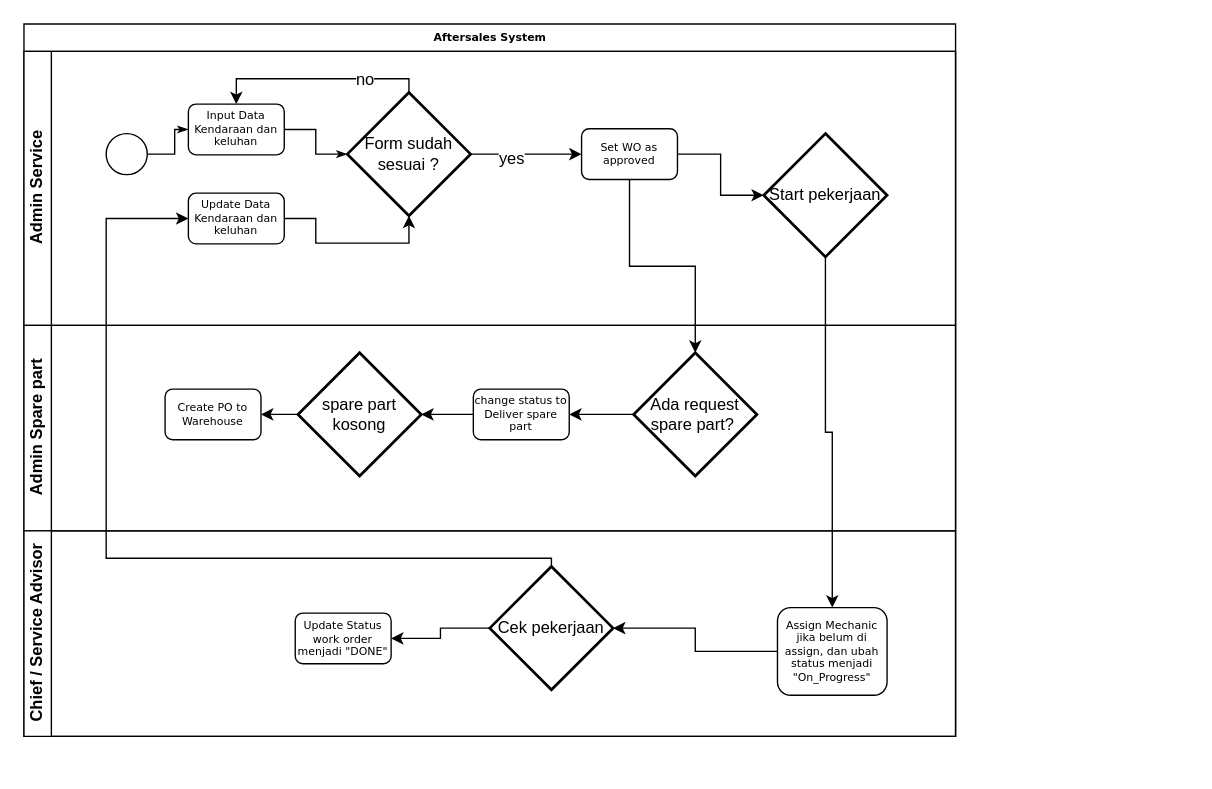
The draw.io diagram Untitled Diagram.drawio in diditaditya/fut-bar, before the edit. Source tidied: cells renumbered, new cells numbered last; positions are measured from the earlier drawing's top-left corner, leaving out a move shared by most shapes. Both pictures are drawn from the tidied source at 137%, with x=0, y=0 at pixel (23, 23).
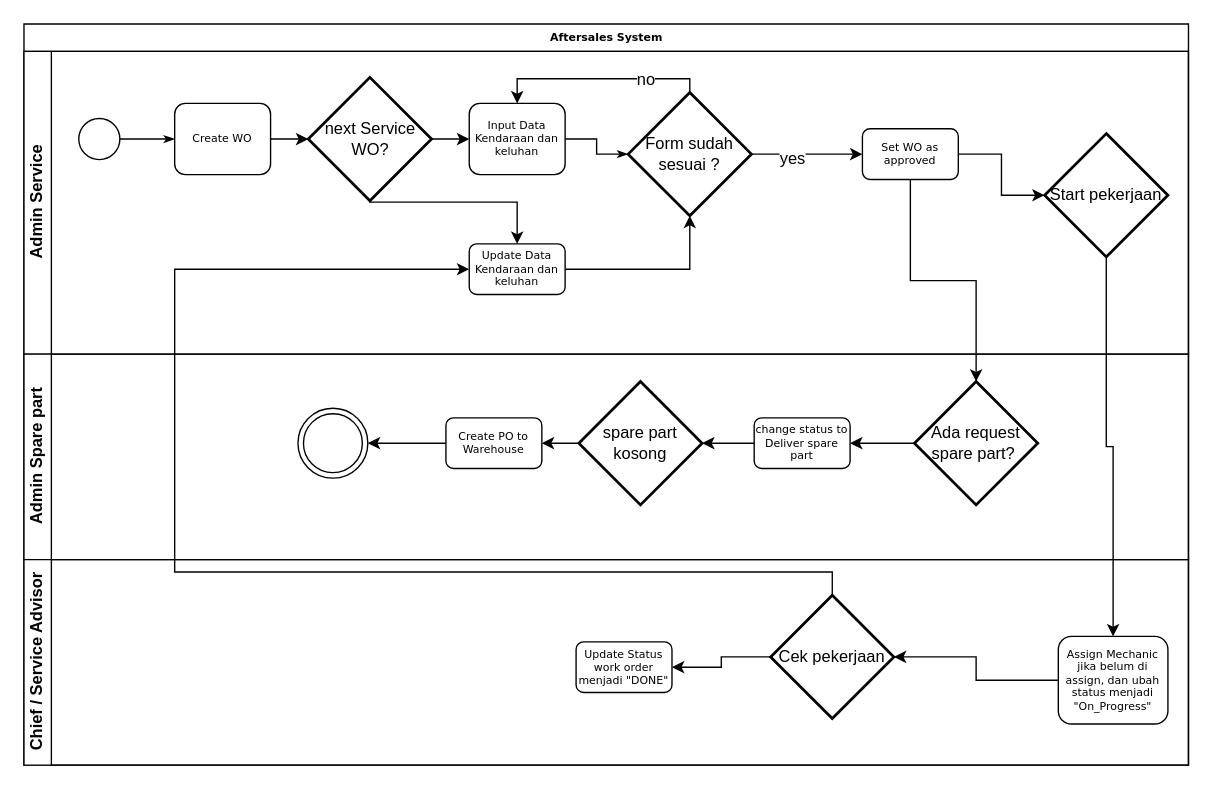
The same diagram, later.

The edit, as a diff of the source:
```diff
@@
     <mxCell id="2" value="Aftersales System" style="swimlane;html=1;horizontal=1;startSize=20;rounded=0;shadow=0;labelBackgroundColor=none;strokeColor=#000000;strokeWidth=1;fillColor=#ffffff;fontFamily=Verdana;fontSize=8;fontColor=#000000;align=center;" parent="1" vertex="1">
-      <mxGeometry width="680" height="520" as="geometry" />
+      <mxGeometry width="850" height="541" as="geometry" />
     </mxCell>
+    <mxCell id="32" style="edgeStyle=orthogonalEdgeStyle;rounded=0;jettySize=auto;html=1;entryX=0.5;entryY=0;entryDx=0;entryDy=0;entryPerimeter=0;" parent="2" edge="1" source="7" target="20">
+      <mxGeometry relative="1" as="geometry" />
+    </mxCell>
+    <mxCell id="33" style="edgeStyle=orthogonalEdgeStyle;rounded=0;jettySize=auto;html=1;entryX=0.5;entryY=0;entryDx=0;entryDy=0;" parent="2" edge="1" source="16" target="29">
+      <mxGeometry relative="1" as="geometry" />
+    </mxCell>
+    <mxCell id="34" style="edgeStyle=orthogonalEdgeStyle;rounded=0;jettySize=auto;html=1;entryX=0;entryY=0.5;entryDx=0;entryDy=0;exitX=0.5;exitY=0;exitDx=0;exitDy=0;exitPerimeter=0;" parent="2" edge="1" source="31" target="15">
+      <mxGeometry relative="1" as="geometry">
+        <Array as="points">
+          <mxPoint x="590" y="400" />
+          <mxPoint x="110" y="400" />
+          <mxPoint x="110" y="179" />
+        </Array>
+      </mxGeometry>
+    </mxCell>
     <mxCell id="3" value="Admin Service" style="swimlane;html=1;startSize=20;horizontal=0;" parent="2" vertex="1">
-      <mxGeometry y="20" width="680" height="200" as="geometry" />
+      <mxGeometry y="20" width="850" height="221" as="geometry" />
     </mxCell>
-    <mxCell id="4" style="edgeStyle=orthogonalEdgeStyle;rounded=0;html=1;labelBackgroundColor=none;startArrow=none;startFill=0;startSize=5;endArrow=classicThin;endFill=1;endSize=5;jettySize=auto;strokeColor=#000000;strokeWidth=1;fontFamily=Verdana;fontSize=8;fontColor=#000000;" parent="3" edge="1" source="5" target="6">
+    <mxCell id="4" style="edgeStyle=orthogonalEdgeStyle;rounded=0;html=1;labelBackgroundColor=none;startArrow=none;startFill=0;startSize=5;endArrow=classicThin;endFill=1;endSize=5;jettySize=auto;strokeColor=#000000;strokeWidth=1;fontFamily=Verdana;fontSize=8;fontColor=#000000;entryX=0;entryY=0.5;entryDx=0;entryDy=0;" parent="3" edge="1" source="5" target="36">
       <mxGeometry relative="1" as="geometry" />
     </mxCell>
     <mxCell id="5" style="ellipse;whiteSpace=wrap;html=1;rounded=0;shadow=0;labelBackgroundColor=none;strokeColor=#000000;strokeWidth=1;fillColor=#ffffff;fontFamily=Verdana;fontSize=8;fontColor=#000000;align=center;" parent="3" vertex="1">
-      <mxGeometry x="60" y="60" width="30" height="30" as="geometry" />
+      <mxGeometry x="40" y="49" width="30" height="30" as="geometry" />
     </mxCell>
     <mxCell id="6" value="Input Data Kendaraan dan keluhan" style="rounded=1;whiteSpace=wrap;html=1;shadow=0;labelBackgroundColor=none;strokeColor=#000000;strokeWidth=1;fillColor=#ffffff;fontFamily=Verdana;fontSize=8;fontColor=#000000;align=center;" parent="3" vertex="1">
-      <mxGeometry x="120" y="38.5" width="70" height="37" as="geometry" />
+      <mxGeometry x="325" y="38" width="70" height="52" as="geometry" />
     </mxCell>
     <mxCell id="7" value="Set WO as approved" style="rounded=1;whiteSpace=wrap;html=1;shadow=0;labelBackgroundColor=none;strokeColor=#000000;strokeWidth=1;fillColor=#ffffff;fontFamily=Verdana;fontSize=8;fontColor=#000000;align=center;" parent="3" vertex="1">
-      <mxGeometry x="407" y="56.5" width="70" height="37" as="geometry" />
+      <mxGeometry x="612" y="56.5" width="70" height="37" as="geometry" />
     </mxCell>
@@
     <mxCell id="9" style="edgeStyle=orthogonalEdgeStyle;rounded=0;jettySize=auto;html=1;entryX=0.5;entryY=0;entryDx=0;entryDy=0;exitX=0.5;exitY=0;exitDx=0;exitDy=0;exitPerimeter=0;" parent="3" edge="1" source="13" target="6">
       <mxGeometry relative="1" as="geometry">
         <Array as="points">
-          <mxPoint x="281" y="20" />
-          <mxPoint x="155" y="20" />
+          <mxPoint x="486" y="20" />
+          <mxPoint x="360" y="20" />
         </Array>
       </mxGeometry>
     </mxCell>
@@
     <mxCell id="13" value="Form sudah sesuai ?" style="strokeWidth=2;html=1;shape=mxgraph.flowchart.decision;whiteSpace=wrap;" parent="3" vertex="1">
-      <mxGeometry x="236" y="30" width="90" height="90" as="geometry" />
+      <mxGeometry x="441" y="30" width="90" height="90" as="geometry" />
     </mxCell>
@@
     <mxCell id="15" value="Update Data Kendaraan dan keluhan" style="rounded=1;whiteSpace=wrap;html=1;shadow=0;labelBackgroundColor=none;strokeColor=#000000;strokeWidth=1;fillColor=#ffffff;fontFamily=Verdana;fontSize=8;fontColor=#000000;align=center;" parent="3" vertex="1">
-      <mxGeometry x="120" y="103.5" width="70" height="37" as="geometry" />
+      <mxGeometry x="325" y="140.5" width="70" height="37" as="geometry" />
     </mxCell>
     <mxCell id="16" value="Start pekerjaan" style="strokeWidth=2;html=1;shape=mxgraph.flowchart.decision;whiteSpace=wrap;" parent="3" vertex="1">
-      <mxGeometry x="540" y="60" width="90" height="90" as="geometry" />
+      <mxGeometry x="745" y="60" width="90" height="90" as="geometry" />
     </mxCell>
@@
+    <mxCell id="35" style="edgeStyle=orthogonalEdgeStyle;rounded=0;jettySize=auto;html=1;" parent="3" edge="1" source="36" target="39">
+      <mxGeometry relative="1" as="geometry" />
+    </mxCell>
+    <mxCell id="36" value="Create WO" style="rounded=1;whiteSpace=wrap;html=1;shadow=0;labelBackgroundColor=none;strokeColor=#000000;strokeWidth=1;fillColor=#ffffff;fontFamily=Verdana;fontSize=8;fontColor=#000000;align=center;" parent="3" vertex="1">
+      <mxGeometry x="110" y="38" width="70" height="52" as="geometry" />
+    </mxCell>
+    <mxCell id="37" style="edgeStyle=orthogonalEdgeStyle;rounded=0;jettySize=auto;html=1;" parent="3" edge="1" source="39" target="15">
+      <mxGeometry relative="1" as="geometry">
+        <Array as="points">
+          <mxPoint x="253" y="110" />
+          <mxPoint x="360" y="110" />
+        </Array>
+      </mxGeometry>
+    </mxCell>
+    <mxCell id="38" style="edgeStyle=orthogonalEdgeStyle;rounded=0;jettySize=auto;html=1;" parent="3" edge="1" source="39" target="6">
+      <mxGeometry relative="1" as="geometry" />
+    </mxCell>
+    <mxCell id="39" value="next Service WO?" style="strokeWidth=2;html=1;shape=mxgraph.flowchart.decision;whiteSpace=wrap;" parent="3" vertex="1">
+      <mxGeometry x="207.5" y="19" width="90" height="90" as="geometry" />
+    </mxCell>
     <mxCell id="18" value="Admin Spare part" style="swimlane;html=1;startSize=20;horizontal=0;" parent="2" vertex="1">
-      <mxGeometry y="220" width="680" height="150" as="geometry" />
+      <mxGeometry y="241" width="850" height="150" as="geometry" />
     </mxCell>
@@
     <mxCell id="20" value="Ada request spare part?&amp;nbsp;" style="strokeWidth=2;html=1;shape=mxgraph.flowchart.decision;whiteSpace=wrap;" parent="18" vertex="1">
-      <mxGeometry x="445" y="20" width="90" height="90" as="geometry" />
+      <mxGeometry x="650" y="20" width="90" height="90" as="geometry" />
     </mxCell>
@@
     <mxCell id="22" value="change status to Deliver spare part" style="rounded=1;whiteSpace=wrap;html=1;shadow=0;labelBackgroundColor=none;strokeColor=#000000;strokeWidth=1;fillColor=#ffffff;fontFamily=Verdana;fontSize=8;fontColor=#000000;align=center;" parent="18" vertex="1">
-      <mxGeometry x="328" y="46.5" width="70" height="37" as="geometry" />
+      <mxGeometry x="533" y="46.5" width="70" height="37" as="geometry" />
     </mxCell>
@@
     <mxCell id="24" value="spare part kosong" style="strokeWidth=2;html=1;shape=mxgraph.flowchart.decision;whiteSpace=wrap;" parent="18" vertex="1">
-      <mxGeometry x="200" y="20" width="90" height="90" as="geometry" />
+      <mxGeometry x="405" y="20" width="90" height="90" as="geometry" />
     </mxCell>
+    <mxCell id="40" style="edgeStyle=orthogonalEdgeStyle;rounded=0;jettySize=auto;html=1;" parent="18" edge="1" source="25" target="41">
+      <mxGeometry relative="1" as="geometry" />
+    </mxCell>
     <mxCell id="25" value="Create PO to Warehouse" style="rounded=1;whiteSpace=wrap;html=1;shadow=0;labelBackgroundColor=none;strokeColor=#000000;strokeWidth=1;fillColor=#ffffff;fontFamily=Verdana;fontSize=8;fontColor=#000000;align=center;" parent="18" vertex="1">
-      <mxGeometry x="103" y="46.5" width="70" height="37" as="geometry" />
+      <mxGeometry x="308" y="46.5" width="70" height="37" as="geometry" />
     </mxCell>
+    <mxCell id="41" style="ellipse;shape=doubleEllipse;whiteSpace=wrap;html=1;" parent="18" vertex="1">
+      <mxGeometry x="200" y="39.5" width="51" height="51" as="geometry" />
+    </mxCell>
     <mxCell id="26" value="Chief / Service Advisor" style="swimlane;html=1;startSize=20;horizontal=0;" parent="2" vertex="1">
-      <mxGeometry y="370" width="680" height="150" as="geometry" />
+      <mxGeometry y="391" width="850" height="150" as="geometry" />
     </mxCell>
     <mxCell id="27" value="Update Status work order menjadi &quot;DONE&quot;" style="rounded=1;whiteSpace=wrap;html=1;shadow=0;labelBackgroundColor=none;strokeColor=#000000;strokeWidth=1;fillColor=#ffffff;fontFamily=Verdana;fontSize=8;fontColor=#000000;align=center;" parent="26" vertex="1">
-      <mxGeometry x="198" y="60" width="70" height="37" as="geometry" />
+      <mxGeometry x="403" y="60" width="70" height="37" as="geometry" />
     </mxCell>
@@
     <mxCell id="29" value="Assign Mechanic jika belum di assign, dan ubah status menjadi &quot;On_Progress&quot;" style="rounded=1;whiteSpace=wrap;html=1;shadow=0;labelBackgroundColor=none;strokeColor=#000000;strokeWidth=1;fillColor=#ffffff;fontFamily=Verdana;fontSize=8;fontColor=#000000;align=center;" parent="26" vertex="1">
-      <mxGeometry x="550" y="56" width="80" height="64" as="geometry" />
+      <mxGeometry x="755" y="56" width="80" height="64" as="geometry" />
     </mxCell>
@@
     <mxCell id="31" value="Cek pekerjaan" style="strokeWidth=2;html=1;shape=mxgraph.flowchart.decision;whiteSpace=wrap;" parent="26" vertex="1">
-      <mxGeometry x="340" y="26" width="90" height="90" as="geometry" />
+      <mxGeometry x="545" y="26" width="90" height="90" as="geometry" />
     </mxCell>
-    <mxCell id="32" style="edgeStyle=orthogonalEdgeStyle;rounded=0;jettySize=auto;html=1;entryX=0.5;entryY=0;entryDx=0;entryDy=0;entryPerimeter=0;" parent="2" edge="1" source="7" target="20">
-      <mxGeometry relative="1" as="geometry" />
-    </mxCell>
-    <mxCell id="33" style="edgeStyle=orthogonalEdgeStyle;rounded=0;jettySize=auto;html=1;entryX=0.5;entryY=0;entryDx=0;entryDy=0;" parent="2" edge="1" source="16" target="29">
-      <mxGeometry relative="1" as="geometry" />
-    </mxCell>
-    <mxCell id="34" style="edgeStyle=orthogonalEdgeStyle;rounded=0;jettySize=auto;html=1;entryX=0;entryY=0.5;entryDx=0;entryDy=0;exitX=0.5;exitY=0;exitDx=0;exitDy=0;exitPerimeter=0;" parent="2" edge="1" source="31" target="15">
-      <mxGeometry relative="1" as="geometry">
-        <Array as="points">
-          <mxPoint x="385" y="390" />
-          <mxPoint x="60" y="390" />
-          <mxPoint x="60" y="142" />
-        </Array>
-      </mxGeometry>
-    </mxCell>
```
